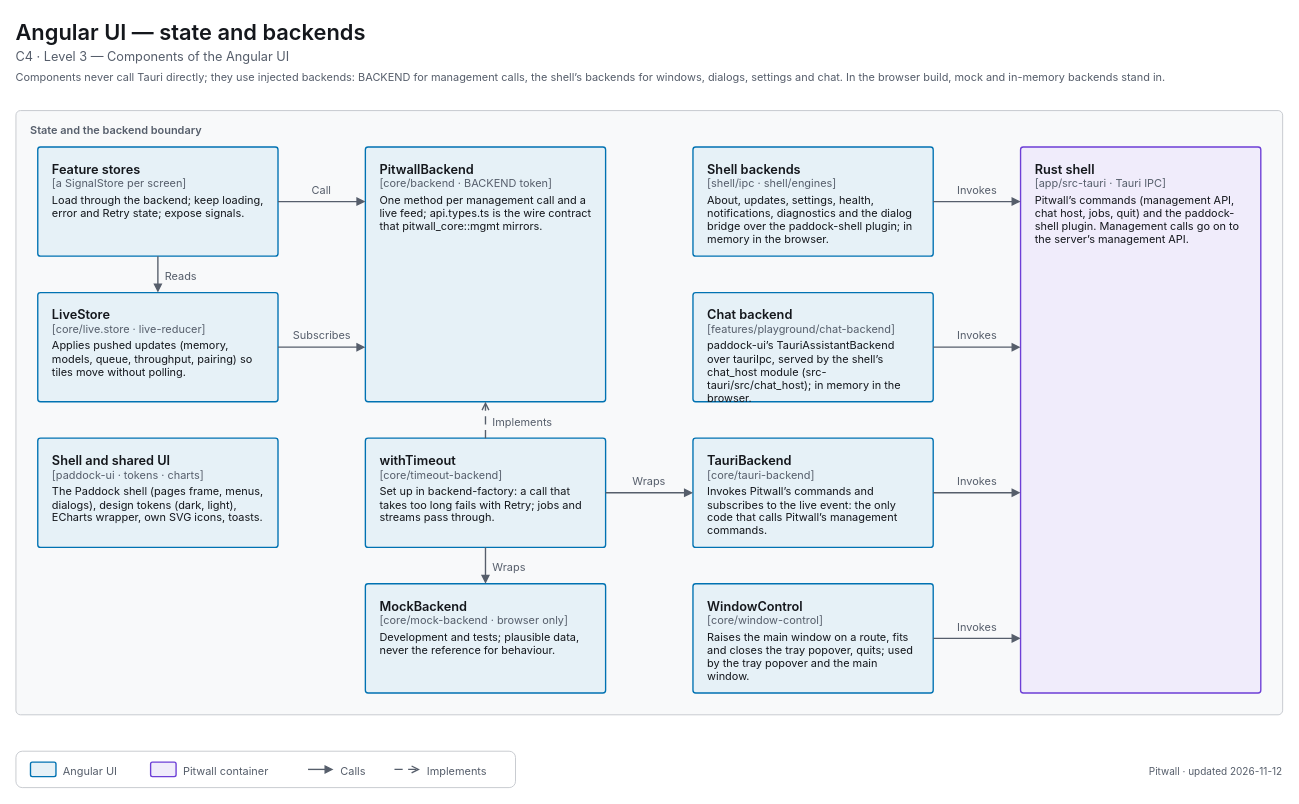
Earlier version of the draw.io diagram apps/pitwall/docs/diagrams/c4-3-ui-state.drawio (decryp7/paddock). Source tidied: cells renumbered, new cells numbered last; positions are measured from the earlier drawing's top-left corner, leaving out a move shared by most shapes. Both pictures are drawn from the tidied source at 91%, with x=0, y=0 at pixel (15, 15).
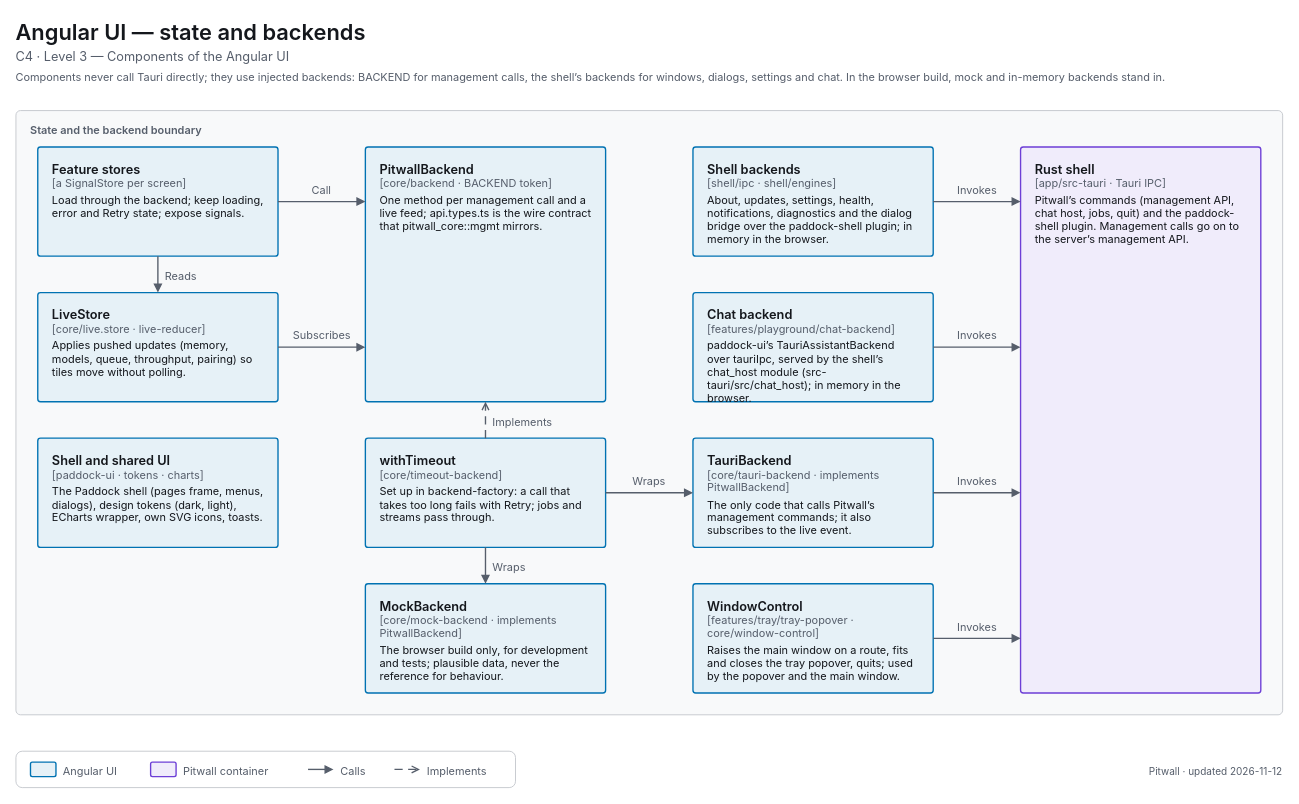
The same diagram, later.

Commit message (it also covers changes not shown here):
test(pitwall): c43 check reads the panels' tech lines and follows one level of imports

What changed in the source:
```diff
@@
-    <mxCell id="11" value="&lt;span style=&quot;font-size:14px;font-weight:600&quot;&gt;MockBackend&lt;/span&gt;&lt;br&gt;&lt;span style=&quot;font-size:12px;color:light-dark(#565E6B,#A0A7B2)&quot;&gt;[core/mock-backend · browser only]&lt;/span&gt;&lt;br&gt;&lt;div style=&quot;margin-top:4px;font-size:12px&quot;&gt;Development and tests; plausible data, never the reference for behaviour.&lt;/div&gt;" style="html=1;whiteSpace=wrap;fontFamily=-apple-system,BlinkMacSystemFont,Segoe UI,system-ui,sans-serif;fontSize=12;fontColor=light-dark(#14171C,#ECEEF1);rounded=1;absoluteArcSize=1;arcSize=6;strokeWidth=1.5;strokeColor=light-dark(#0072B2,#56B4E9);fillColor=light-dark(#E6F1F7,#1F303C);align=left;verticalAlign=top;spacingLeft=14;spacingRight=14;spacingTop=10;spacingBottom=8;" parent="1" vertex="1">
+    <mxCell id="11" value="&lt;span style=&quot;font-size:14px;font-weight:600&quot;&gt;MockBackend&lt;/span&gt;&lt;br&gt;&lt;span style=&quot;font-size:12px;color:light-dark(#565E6B,#A0A7B2)&quot;&gt;[core/mock-backend · implements PitwallBackend]&lt;/span&gt;&lt;br&gt;&lt;div style=&quot;margin-top:4px;font-size:12px&quot;&gt;The browser build only, for development and tests; plausible data, never the reference for behaviour.&lt;/div&gt;" style="html=1;whiteSpace=wrap;fontFamily=-apple-system,BlinkMacSystemFont,Segoe UI,system-ui,sans-serif;fontSize=12;fontColor=light-dark(#14171C,#ECEEF1);rounded=1;absoluteArcSize=1;arcSize=6;strokeWidth=1.5;strokeColor=light-dark(#0072B2,#56B4E9);fillColor=light-dark(#E6F1F7,#1F303C);align=left;verticalAlign=top;spacingLeft=14;spacingRight=14;spacingTop=10;spacingBottom=8;" parent="1" vertex="1">
       <mxGeometry x="384" y="624" width="264" height="120" as="geometry" />
     </mxCell>
@@
-    <mxCell id="14" value="&lt;span style=&quot;font-size:14px;font-weight:600&quot;&gt;TauriBackend&lt;/span&gt;&lt;br&gt;&lt;span style=&quot;font-size:12px;color:light-dark(#565E6B,#A0A7B2)&quot;&gt;[core/tauri-backend]&lt;/span&gt;&lt;br&gt;&lt;div style=&quot;margin-top:4px;font-size:12px&quot;&gt;Invokes Pitwall’s commands and subscribes to the live event: the only code that calls Pitwall’s management commands.&lt;/div&gt;" style="html=1;whiteSpace=wrap;fontFamily=-apple-system,BlinkMacSystemFont,Segoe UI,system-ui,sans-serif;fontSize=12;fontColor=light-dark(#14171C,#ECEEF1);rounded=1;absoluteArcSize=1;arcSize=6;strokeWidth=1.5;strokeColor=light-dark(#0072B2,#56B4E9);fillColor=light-dark(#E6F1F7,#1F303C);align=left;verticalAlign=top;spacingLeft=14;spacingRight=14;spacingTop=10;spacingBottom=8;" parent="1" vertex="1">
+    <mxCell id="14" value="&lt;span style=&quot;font-size:14px;font-weight:600&quot;&gt;TauriBackend&lt;/span&gt;&lt;br&gt;&lt;span style=&quot;font-size:12px;color:light-dark(#565E6B,#A0A7B2)&quot;&gt;[core/tauri-backend · implements PitwallBackend]&lt;/span&gt;&lt;br&gt;&lt;div style=&quot;margin-top:4px;font-size:12px&quot;&gt;The only code that calls Pitwall’s management commands; it also subscribes to the live event.&lt;/div&gt;" style="html=1;whiteSpace=wrap;fontFamily=-apple-system,BlinkMacSystemFont,Segoe UI,system-ui,sans-serif;fontSize=12;fontColor=light-dark(#14171C,#ECEEF1);rounded=1;absoluteArcSize=1;arcSize=6;strokeWidth=1.5;strokeColor=light-dark(#0072B2,#56B4E9);fillColor=light-dark(#E6F1F7,#1F303C);align=left;verticalAlign=top;spacingLeft=14;spacingRight=14;spacingTop=10;spacingBottom=8;" parent="1" vertex="1">
       <mxGeometry x="744" y="464" width="264" height="120" as="geometry" />
     </mxCell>
-    <mxCell id="15" value="&lt;span style=&quot;font-size:14px;font-weight:600&quot;&gt;WindowControl&lt;/span&gt;&lt;br&gt;&lt;span style=&quot;font-size:12px;color:light-dark(#565E6B,#A0A7B2)&quot;&gt;[core/window-control]&lt;/span&gt;&lt;br&gt;&lt;div style=&quot;margin-top:4px;font-size:12px&quot;&gt;Raises the main window on a route, fits and closes the tray popover, quits; used by the tray popover and the main window.&lt;/div&gt;" style="html=1;whiteSpace=wrap;fontFamily=-apple-system,BlinkMacSystemFont,Segoe UI,system-ui,sans-serif;fontSize=12;fontColor=light-dark(#14171C,#ECEEF1);rounded=1;absoluteArcSize=1;arcSize=6;strokeWidth=1.5;strokeColor=light-dark(#0072B2,#56B4E9);fillColor=light-dark(#E6F1F7,#1F303C);align=left;verticalAlign=top;spacingLeft=14;spacingRight=14;spacingTop=10;spacingBottom=8;" parent="1" vertex="1">
+    <mxCell id="15" value="&lt;span style=&quot;font-size:14px;font-weight:600&quot;&gt;WindowControl&lt;/span&gt;&lt;br&gt;&lt;span style=&quot;font-size:12px;color:light-dark(#565E6B,#A0A7B2)&quot;&gt;[features/tray/tray-popover · core/window-control]&lt;/span&gt;&lt;br&gt;&lt;div style=&quot;margin-top:4px;font-size:12px&quot;&gt;Raises the main window on a route, fits and closes the tray popover, quits; used by the popover and the main window.&lt;/div&gt;" style="html=1;whiteSpace=wrap;fontFamily=-apple-system,BlinkMacSystemFont,Segoe UI,system-ui,sans-serif;fontSize=12;fontColor=light-dark(#14171C,#ECEEF1);rounded=1;absoluteArcSize=1;arcSize=6;strokeWidth=1.5;strokeColor=light-dark(#0072B2,#56B4E9);fillColor=light-dark(#E6F1F7,#1F303C);align=left;verticalAlign=top;spacingLeft=14;spacingRight=14;spacingTop=10;spacingBottom=8;" parent="1" vertex="1">
       <mxGeometry x="744" y="624" width="264" height="120" as="geometry" />
     </mxCell>
```
